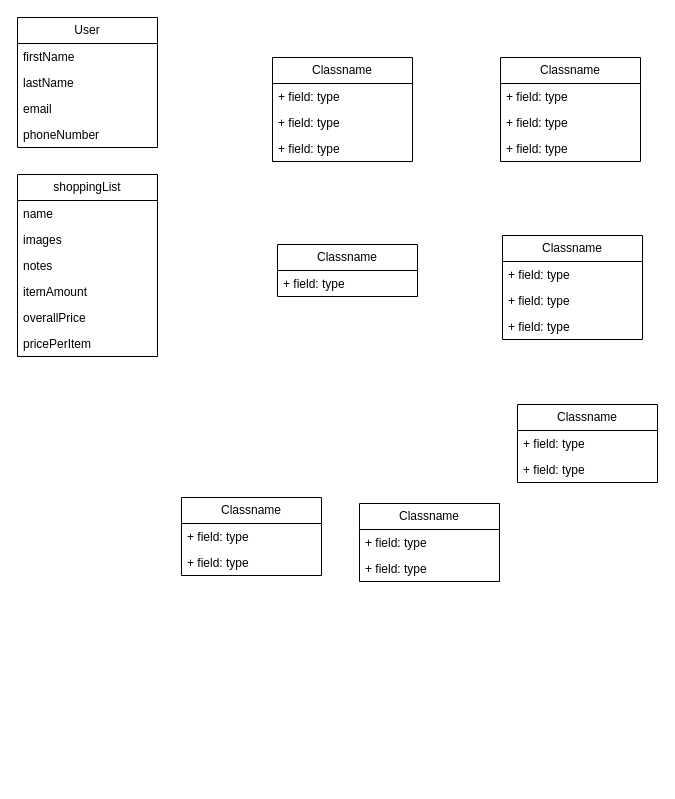
Above: static/diagrams/Domænemodel_3.semester.drawio in Szento/Blowfish (draw.io), before the change. Source tidied: cells renumbered, new cells numbered last; positions are measured from the earlier drawing's top-left corner, leaving out a move shared by most shapes. Both pictures are drawn from the tidied source at 100%, with x=0, y=0 at pixel (17, 17).
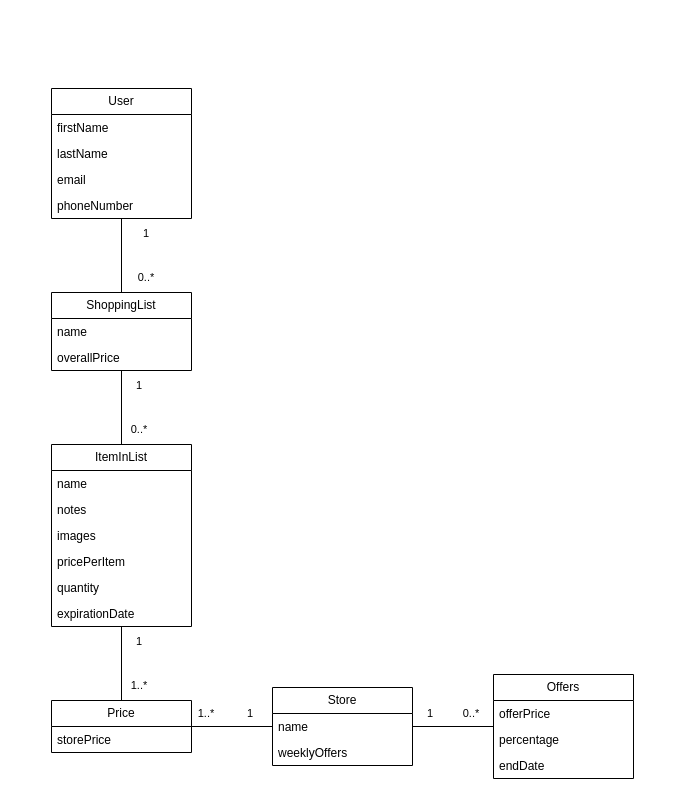
After the change.

Commit message (it also covers changes not shown here):
updated .drawio file, finished domainmodel

Change to the diagram source:
```diff
@@
-    <mxCell id="2" value="Classname" style="swimlane;fontStyle=0;horizontal=1;startSize=26;fillColor=none;whiteSpace=wrap;html=1;" parent="1" vertex="1">
-      <mxGeometry x="260" y="227" width="140" height="52" as="geometry" />
-    </mxCell>
-    <mxCell id="3" value="+ field: type" style="text;strokeColor=none;fillColor=none;align=left;verticalAlign=top;spacingLeft=4;spacingRight=4;overflow=hidden;whiteSpace=wrap;html=1;" parent="2" vertex="1">
-      <mxGeometry y="26" width="140" height="26" as="geometry" />
-    </mxCell>
+    <mxCell id="37" style="edgeStyle=orthogonalEdgeStyle;shape=connector;rounded=0;jettySize=auto;html=1;entryX=0.5;entryY=0;entryDx=0;entryDy=0;strokeColor=default;align=center;verticalAlign=middle;fontFamily=Helvetica;fontSize=11;fontColor=default;labelBackgroundColor=default;endArrow=none;endFill=0;" parent="1" edge="1" source="4" target="24">
+      <mxGeometry relative="1" as="geometry" />
+    </mxCell>
-    <mxCell id="4" value="shoppingList" style="swimlane;fontStyle=0;horizontal=1;startSize=26;fillColor=none;whiteSpace=wrap;html=1;" parent="1" vertex="1">
-      <mxGeometry y="157" width="140" height="182" as="geometry" />
+    <mxCell id="4" value="ShoppingList" style="swimlane;fontStyle=0;horizontal=1;startSize=26;fillColor=none;whiteSpace=wrap;html=1;" parent="1" vertex="1">
+      <mxGeometry x="34" y="275" width="140" height="78" as="geometry" />
     </mxCell>
@@
-    <mxCell id="6" value="images" style="text;strokeColor=none;fillColor=none;align=left;verticalAlign=top;spacingLeft=4;spacingRight=4;overflow=hidden;whiteSpace=wrap;html=1;" parent="4" vertex="1">
-      <mxGeometry y="52" width="140" height="26" as="geometry" />
-    </mxCell>
-    <mxCell id="7" value="notes" style="text;strokeColor=none;fillColor=none;align=left;verticalAlign=top;spacingLeft=4;spacingRight=4;overflow=hidden;whiteSpace=wrap;html=1;" parent="4" vertex="1">
-      <mxGeometry y="78" width="140" height="26" as="geometry" />
-    </mxCell>
-    <mxCell id="8" value="itemAmount" style="text;strokeColor=none;fillColor=none;align=left;verticalAlign=top;spacingLeft=4;spacingRight=4;overflow=hidden;whiteSpace=wrap;html=1;" parent="4" vertex="1">
-      <mxGeometry y="104" width="140" height="26" as="geometry" />
-    </mxCell>
     <mxCell id="9" value="overallPrice" style="text;strokeColor=none;fillColor=none;align=left;verticalAlign=top;spacingLeft=4;spacingRight=4;overflow=hidden;whiteSpace=wrap;html=1;" parent="4" vertex="1">
-      <mxGeometry y="130" width="140" height="26" as="geometry" />
+      <mxGeometry y="52" width="140" height="26" as="geometry" />
     </mxCell>
-    <mxCell id="10" value="pricePerItem" style="text;strokeColor=none;fillColor=none;align=left;verticalAlign=top;spacingLeft=4;spacingRight=4;overflow=hidden;whiteSpace=wrap;html=1;" parent="4" vertex="1">
-      <mxGeometry y="156" width="140" height="26" as="geometry" />
-    </mxCell>
-    <mxCell id="11" value="Classname" style="swimlane;fontStyle=0;horizontal=1;startSize=26;fillColor=none;whiteSpace=wrap;html=1;" parent="1" vertex="1">
-      <mxGeometry x="483" y="40" width="140" height="104" as="geometry" />
-    </mxCell>
-    <mxCell id="12" value="+ field: type" style="text;strokeColor=none;fillColor=none;align=left;verticalAlign=top;spacingLeft=4;spacingRight=4;overflow=hidden;whiteSpace=wrap;html=1;" parent="11" vertex="1">
-      <mxGeometry y="26" width="140" height="26" as="geometry" />
-    </mxCell>
-    <mxCell id="13" value="+ field: type" style="text;strokeColor=none;fillColor=none;align=left;verticalAlign=top;spacingLeft=4;spacingRight=4;overflow=hidden;whiteSpace=wrap;html=1;" parent="11" vertex="1">
-      <mxGeometry y="52" width="140" height="26" as="geometry" />
-    </mxCell>
-    <mxCell id="14" value="+ field: type" style="text;strokeColor=none;fillColor=none;align=left;verticalAlign=top;spacingLeft=4;spacingRight=4;overflow=hidden;whiteSpace=wrap;html=1;" parent="11" vertex="1">
-      <mxGeometry y="78" width="140" height="26" as="geometry" />
-    </mxCell>
-    <mxCell id="15" value="Classname" style="swimlane;fontStyle=0;horizontal=1;startSize=26;fillColor=none;whiteSpace=wrap;html=1;" parent="1" vertex="1">
-      <mxGeometry x="255" y="40" width="140" height="104" as="geometry" />
+    <mxCell id="15" value="Store" style="swimlane;fontStyle=0;horizontal=1;startSize=26;fillColor=none;whiteSpace=wrap;html=1;" parent="1" vertex="1">
+      <mxGeometry x="255" y="670" width="140" height="78" as="geometry" />
     </mxCell>
-    <mxCell id="16" value="+ field: type" style="text;strokeColor=none;fillColor=none;align=left;verticalAlign=top;spacingLeft=4;spacingRight=4;overflow=hidden;points=[[0,0.5],[1,0.5]];portConstraint=eastwest;whiteSpace=wrap;html=1;" parent="15" vertex="1">
+    <mxCell id="16" value="name" style="text;strokeColor=none;fillColor=none;align=left;verticalAlign=top;spacingLeft=4;spacingRight=4;overflow=hidden;points=[[0,0.5],[1,0.5]];portConstraint=eastwest;whiteSpace=wrap;html=1;" parent="15" vertex="1">
       <mxGeometry y="26" width="140" height="26" as="geometry" />
     </mxCell>
-    <mxCell id="17" value="+ field: type" style="text;strokeColor=none;fillColor=none;align=left;verticalAlign=top;spacingLeft=4;spacingRight=4;overflow=hidden;whiteSpace=wrap;html=1;" parent="15" vertex="1">
-      <mxGeometry y="52" width="140" height="26" as="geometry" />
-    </mxCell>
-    <mxCell id="18" value="+ field: type" style="text;strokeColor=none;fillColor=none;align=left;verticalAlign=top;spacingLeft=4;spacingRight=4;overflow=hidden;whiteSpace=wrap;html=1;" parent="15" vertex="1">
-      <mxGeometry y="78" width="140" height="26" as="geometry" />
-    </mxCell>
+    <mxCell id="12" value="weeklyOffers&amp;nbsp;" style="text;strokeColor=none;fillColor=none;align=left;verticalAlign=top;spacingLeft=4;spacingRight=4;overflow=hidden;whiteSpace=wrap;html=1;" parent="15" vertex="1">
+      <mxGeometry y="52" width="140" height="26" as="geometry" />
+    </mxCell>
+    <mxCell id="38" style="edgeStyle=orthogonalEdgeStyle;rounded=0;jettySize=auto;html=1;entryX=0.5;entryY=0;entryDx=0;entryDy=0;strokeColor=default;endArrow=none;endFill=0;" parent="1" edge="1" source="19" target="4">
+      <mxGeometry relative="1" as="geometry" />
+    </mxCell>
     <mxCell id="19" value="User" style="swimlane;fontStyle=0;horizontal=1;startSize=26;fillColor=none;whiteSpace=wrap;html=1;" parent="1" vertex="1">
-      <mxGeometry width="140" height="130" as="geometry" />
+      <mxGeometry x="34" y="71" width="140" height="130" as="geometry" />
     </mxCell>
@@
+    <mxCell id="39" style="edgeStyle=orthogonalEdgeStyle;shape=connector;rounded=0;jettySize=auto;html=1;entryX=0.5;entryY=0;entryDx=0;entryDy=0;strokeColor=default;align=center;verticalAlign=middle;fontFamily=Helvetica;fontSize=11;fontColor=default;labelBackgroundColor=default;endArrow=none;endFill=0;" parent="1" edge="1" source="24" target="34">
+      <mxGeometry relative="1" as="geometry" />
+    </mxCell>
-    <mxCell id="24" value="Classname" style="swimlane;fontStyle=0;horizontal=1;startSize=26;fillColor=none;whiteSpace=wrap;html=1;" parent="1" vertex="1">
-      <mxGeometry x="164" y="480" width="140" height="78" as="geometry" />
+    <mxCell id="24" value="ItemInList" style="swimlane;fontStyle=0;horizontal=1;startSize=26;fillColor=none;whiteSpace=wrap;html=1;" parent="1" vertex="1">
+      <mxGeometry x="34" y="427" width="140" height="182" as="geometry" />
     </mxCell>
-    <mxCell id="25" value="+ field: type" style="text;strokeColor=none;fillColor=none;align=left;verticalAlign=top;spacingLeft=4;spacingRight=4;overflow=hidden;whiteSpace=wrap;html=1;" parent="24" vertex="1">
-      <mxGeometry y="26" width="140" height="26" as="geometry" />
-    </mxCell>
-    <mxCell id="26" value="+ field: type" style="text;strokeColor=none;fillColor=none;align=left;verticalAlign=top;spacingLeft=4;spacingRight=4;overflow=hidden;whiteSpace=wrap;html=1;" parent="24" vertex="1">
-      <mxGeometry y="52" width="140" height="26" as="geometry" />
-    </mxCell>
+    <mxCell id="31" value="name" style="text;strokeColor=none;fillColor=none;align=left;verticalAlign=top;spacingLeft=4;spacingRight=4;overflow=hidden;whiteSpace=wrap;html=1;" parent="24" vertex="1">
+      <mxGeometry y="26" width="140" height="26" as="geometry" />
+    </mxCell>
+    <mxCell id="7" value="notes" style="text;strokeColor=none;fillColor=none;align=left;verticalAlign=top;spacingLeft=4;spacingRight=4;overflow=hidden;whiteSpace=wrap;html=1;" parent="24" vertex="1">
+      <mxGeometry y="52" width="140" height="26" as="geometry" />
+    </mxCell>
+    <mxCell id="6" value="images" style="text;strokeColor=none;fillColor=none;align=left;verticalAlign=top;spacingLeft=4;spacingRight=4;overflow=hidden;whiteSpace=wrap;html=1;" parent="24" vertex="1">
+      <mxGeometry y="78" width="140" height="26" as="geometry" />
+    </mxCell>
+    <mxCell id="10" value="pricePerItem" style="text;strokeColor=none;fillColor=none;align=left;verticalAlign=top;spacingLeft=4;spacingRight=4;overflow=hidden;whiteSpace=wrap;html=1;" parent="24" vertex="1">
+      <mxGeometry y="104" width="140" height="26" as="geometry" />
+    </mxCell>
+    <mxCell id="8" value="quantity" style="text;strokeColor=none;fillColor=none;align=left;verticalAlign=top;spacingLeft=4;spacingRight=4;overflow=hidden;whiteSpace=wrap;html=1;" parent="24" vertex="1">
+      <mxGeometry y="130" width="140" height="26" as="geometry" />
+    </mxCell>
+    <mxCell id="28" value="expirationDate" style="text;strokeColor=none;fillColor=none;align=left;verticalAlign=top;spacingLeft=4;spacingRight=4;overflow=hidden;whiteSpace=wrap;html=1;" parent="24" vertex="1">
+      <mxGeometry y="156" width="140" height="26" as="geometry" />
+    </mxCell>
-    <mxCell id="27" value="Classname" style="swimlane;fontStyle=0;horizontal=1;startSize=26;fillColor=none;whiteSpace=wrap;html=1;" parent="1" vertex="1">
-      <mxGeometry x="500" y="387" width="140" height="78" as="geometry" />
+    <mxCell id="27" value="Offers" style="swimlane;fontStyle=0;horizontal=1;startSize=26;fillColor=none;whiteSpace=wrap;html=1;" parent="1" vertex="1">
+      <mxGeometry x="476" y="657" width="140" height="104" as="geometry" />
     </mxCell>
-    <mxCell id="28" value="+ field: type" style="text;strokeColor=none;fillColor=none;align=left;verticalAlign=top;spacingLeft=4;spacingRight=4;overflow=hidden;whiteSpace=wrap;html=1;" parent="27" vertex="1">
-      <mxGeometry y="26" width="140" height="26" as="geometry" />
-    </mxCell>
-    <mxCell id="29" value="+ field: type" style="text;strokeColor=none;fillColor=none;align=left;verticalAlign=top;spacingLeft=4;spacingRight=4;overflow=hidden;whiteSpace=wrap;html=1;" parent="27" vertex="1">
-      <mxGeometry y="52" width="140" height="26" as="geometry" />
+    <mxCell id="29" value="offerPrice" style="text;strokeColor=none;fillColor=none;align=left;verticalAlign=top;spacingLeft=4;spacingRight=4;overflow=hidden;whiteSpace=wrap;html=1;" parent="27" vertex="1">
+      <mxGeometry y="26" width="140" height="26" as="geometry" />
     </mxCell>
-    <mxCell id="30" value="Classname" style="swimlane;fontStyle=0;horizontal=1;startSize=26;fillColor=none;whiteSpace=wrap;html=1;" parent="1" vertex="1">
-      <mxGeometry x="485" y="218" width="140" height="104" as="geometry" />
-    </mxCell>
-    <mxCell id="31" value="+ field: type" style="text;strokeColor=none;fillColor=none;align=left;verticalAlign=top;spacingLeft=4;spacingRight=4;overflow=hidden;whiteSpace=wrap;html=1;" parent="30" vertex="1">
-      <mxGeometry y="26" width="140" height="26" as="geometry" />
-    </mxCell>
-    <mxCell id="32" value="+ field: type" style="text;strokeColor=none;fillColor=none;align=left;verticalAlign=top;spacingLeft=4;spacingRight=4;overflow=hidden;whiteSpace=wrap;html=1;" parent="30" vertex="1">
-      <mxGeometry y="52" width="140" height="26" as="geometry" />
-    </mxCell>
+    <mxCell id="3" value="percentage" style="text;strokeColor=none;fillColor=none;align=left;verticalAlign=top;spacingLeft=4;spacingRight=4;overflow=hidden;whiteSpace=wrap;html=1;" parent="27" vertex="1">
+      <mxGeometry y="52" width="140" height="26" as="geometry" />
+    </mxCell>
-    <mxCell id="33" value="+ field: type" style="text;strokeColor=none;fillColor=none;align=left;verticalAlign=top;spacingLeft=4;spacingRight=4;overflow=hidden;whiteSpace=wrap;html=1;" parent="30" vertex="1">
+    <mxCell id="33" value="endDate" style="text;strokeColor=none;fillColor=none;align=left;verticalAlign=top;spacingLeft=4;spacingRight=4;overflow=hidden;whiteSpace=wrap;html=1;" parent="27" vertex="1">
       <mxGeometry y="78" width="140" height="26" as="geometry" />
     </mxCell>
+    <mxCell id="40" style="edgeStyle=orthogonalEdgeStyle;shape=connector;rounded=0;jettySize=auto;html=1;entryX=0;entryY=0.5;entryDx=0;entryDy=0;strokeColor=default;align=center;verticalAlign=middle;fontFamily=Helvetica;fontSize=11;fontColor=default;labelBackgroundColor=default;endArrow=none;endFill=0;" parent="1" edge="1" source="34" target="15">
+      <mxGeometry relative="1" as="geometry" />
+    </mxCell>
-    <mxCell id="34" value="Classname" style="swimlane;fontStyle=0;horizontal=1;startSize=26;fillColor=none;whiteSpace=wrap;html=1;" parent="1" vertex="1">
-      <mxGeometry x="342" y="486" width="140" height="78" as="geometry" />
+    <mxCell id="34" value="Price" style="swimlane;fontStyle=0;horizontal=1;startSize=26;fillColor=none;whiteSpace=wrap;html=1;" parent="1" vertex="1">
+      <mxGeometry x="34" y="683" width="140" height="52" as="geometry" />
     </mxCell>
-    <mxCell id="35" value="+ field: type" style="text;strokeColor=none;fillColor=none;align=left;verticalAlign=top;spacingLeft=4;spacingRight=4;overflow=hidden;whiteSpace=wrap;html=1;" parent="34" vertex="1">
+    <mxCell id="35" value="storePrice" style="text;strokeColor=none;fillColor=none;align=left;verticalAlign=top;spacingLeft=4;spacingRight=4;overflow=hidden;whiteSpace=wrap;html=1;" parent="34" vertex="1">
       <mxGeometry y="26" width="140" height="26" as="geometry" />
     </mxCell>
-    <mxCell id="36" value="+ field: type" style="text;strokeColor=none;fillColor=none;align=left;verticalAlign=top;spacingLeft=4;spacingRight=4;overflow=hidden;whiteSpace=wrap;html=1;" parent="34" vertex="1">
-      <mxGeometry y="52" width="140" height="26" as="geometry" />
-    </mxCell>
+    <mxCell id="41" style="edgeStyle=orthogonalEdgeStyle;shape=connector;rounded=0;jettySize=auto;html=1;entryX=0;entryY=0.5;entryDx=0;entryDy=0;strokeColor=default;align=center;verticalAlign=middle;fontFamily=Helvetica;fontSize=11;fontColor=default;labelBackgroundColor=default;endArrow=none;endFill=0;" parent="1" edge="1" source="16" target="27">
+      <mxGeometry relative="1" as="geometry" />
+    </mxCell>
+    <mxCell id="42" value="1" style="text;html=1;whiteSpace=wrap;strokeColor=none;fillColor=none;align=center;verticalAlign=middle;rounded=0;fontFamily=Helvetica;fontSize=11;fontColor=default;labelBackgroundColor=default;" parent="1" vertex="1">
+      <mxGeometry x="99" y="201" width="60" height="30" as="geometry" />
+    </mxCell>
+    <mxCell id="43" value="0..*" style="text;html=1;whiteSpace=wrap;strokeColor=none;fillColor=none;align=center;verticalAlign=middle;rounded=0;fontFamily=Helvetica;fontSize=11;fontColor=default;labelBackgroundColor=default;" parent="1" vertex="1">
+      <mxGeometry x="99" y="245" width="60" height="30" as="geometry" />
+    </mxCell>
+    <mxCell id="44" value="1" style="text;html=1;whiteSpace=wrap;strokeColor=none;fillColor=none;align=center;verticalAlign=middle;rounded=0;fontFamily=Helvetica;fontSize=11;fontColor=default;labelBackgroundColor=default;" parent="1" vertex="1">
+      <mxGeometry x="92" y="353" width="60" height="30" as="geometry" />
+    </mxCell>
+    <mxCell id="45" value="0..*" style="text;html=1;whiteSpace=wrap;strokeColor=none;fillColor=none;align=center;verticalAlign=middle;rounded=0;fontFamily=Helvetica;fontSize=11;fontColor=default;labelBackgroundColor=default;" parent="1" vertex="1">
+      <mxGeometry x="92" y="397" width="60" height="30" as="geometry" />
+    </mxCell>
+    <mxCell id="46" value="1" style="text;html=1;whiteSpace=wrap;strokeColor=none;fillColor=none;align=center;verticalAlign=middle;rounded=0;fontFamily=Helvetica;fontSize=11;fontColor=default;labelBackgroundColor=default;" parent="1" vertex="1">
+      <mxGeometry x="92" y="609" width="60" height="30" as="geometry" />
+    </mxCell>
+    <mxCell id="47" value="1..*" style="text;html=1;whiteSpace=wrap;strokeColor=none;fillColor=none;align=center;verticalAlign=middle;rounded=0;fontFamily=Helvetica;fontSize=11;fontColor=default;labelBackgroundColor=default;" parent="1" vertex="1">
+      <mxGeometry x="92" y="653" width="60" height="30" as="geometry" />
+    </mxCell>
+    <mxCell id="48" value="1..*" style="text;html=1;whiteSpace=wrap;strokeColor=none;fillColor=none;align=center;verticalAlign=middle;rounded=0;fontFamily=Helvetica;fontSize=11;fontColor=default;labelBackgroundColor=default;" parent="1" vertex="1">
+      <mxGeometry x="159" y="681" width="60" height="30" as="geometry" />
+    </mxCell>
+    <mxCell id="49" value="1" style="text;html=1;whiteSpace=wrap;strokeColor=none;fillColor=none;align=center;verticalAlign=middle;rounded=0;fontFamily=Helvetica;fontSize=11;fontColor=default;labelBackgroundColor=default;" parent="1" vertex="1">
+      <mxGeometry x="203" y="681" width="60" height="30" as="geometry" />
+    </mxCell>
+    <mxCell id="50" value="1" style="text;html=1;whiteSpace=wrap;strokeColor=none;fillColor=none;align=center;verticalAlign=middle;rounded=0;fontFamily=Helvetica;fontSize=11;fontColor=default;labelBackgroundColor=default;" parent="1" vertex="1">
+      <mxGeometry x="383" y="681" width="60" height="30" as="geometry" />
+    </mxCell>
+    <mxCell id="51" value="0..*" style="text;html=1;whiteSpace=wrap;strokeColor=none;fillColor=none;align=center;verticalAlign=middle;rounded=0;fontFamily=Helvetica;fontSize=11;fontColor=default;labelBackgroundColor=default;" parent="1" vertex="1">
+      <mxGeometry x="424" y="681" width="60" height="30" as="geometry" />
+    </mxCell>
```
